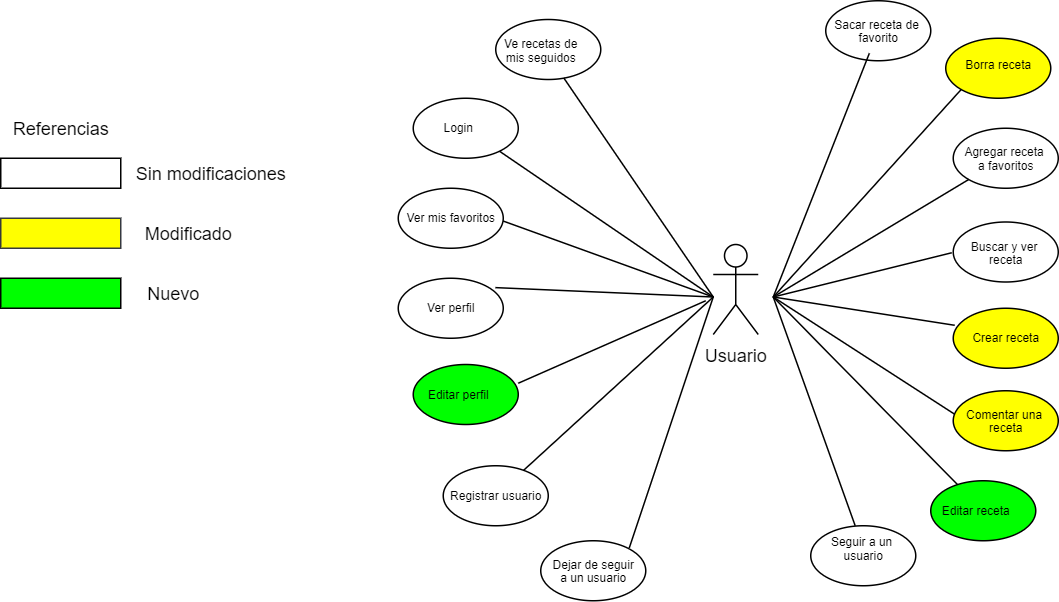
Above: entregas/entrega 4/DiagramaCasosDeUsoEntrega4.png in DaniVillegas14/cookit-doc (draw.io), before the change. Source tidied: cells renumbered, new cells last; positions are measured from the earlier drawing's top-left corner, leaving out a move shared by most shapes.
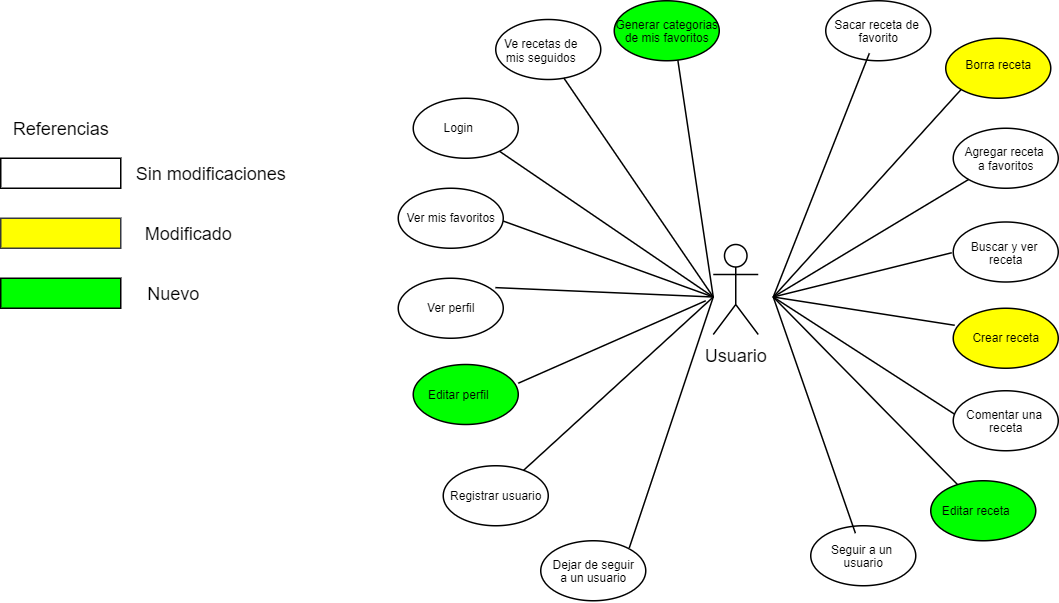
Above is the later version.

Change to the diagram source:
```diff
@@ -49,7 +49,7 @@
         <mxPoint x="515" y="197.5" as="sourcePoint" />
       </mxGeometry>
     </mxCell>
-    <mxCell id="16" style="ellipse;whiteSpace=wrap;html=1;fillColor=#FFFF00;" parent="1" vertex="1">
+    <mxCell id="16" style="ellipse;whiteSpace=wrap;html=1;fillColor=#FFFFFF;" parent="1" vertex="1">
       <mxGeometry x="635" y="260" width="70" height="40" as="geometry" />
     </mxCell>
     <mxCell id="17" value="&lt;font color=&quot;#000000&quot; style=&quot;font-size: 8px&quot;&gt;Comentar una &lt;br&gt;receta&lt;/font&gt;" style="text;html=1;align=center;verticalAlign=middle;points=[];fontSize=8;" parent="1" vertex="1">
@@ -136,7 +136,7 @@
       <mxGeometry x="540" y="350" width="70" height="40" as="geometry" />
     </mxCell>
     <mxCell id="40" value="&lt;font color=&quot;#000000&quot; style=&quot;font-size: 8px&quot;&gt;Seguir a un &lt;br&gt;usuario&lt;/font&gt;" style="text;html=1;align=center;verticalAlign=middle;points=[];fontSize=8;" parent="1" vertex="1">
-      <mxGeometry x="545" y="350" width="60" height="30" as="geometry" />
+      <mxGeometry x="545" y="355" width="60" height="30" as="geometry" />
     </mxCell>
     <mxCell id="41" style="ellipse;whiteSpace=wrap;html=1;fillColor=#FFFFFF;" parent="1" vertex="1">
       <mxGeometry x="360" y="360" width="70" height="40" as="geometry" />
@@ -193,5 +193,16 @@
         <mxPoint x="470" y="200" as="targetPoint" />
       </mxGeometry>
     </mxCell>
+    <mxCell id="55" style="ellipse;whiteSpace=wrap;html=1;fillColor=#00FF00;" parent="1" vertex="1">
+      <mxGeometry x="409" width="70" height="40" as="geometry" />
+    </mxCell>
+    <mxCell id="56" value="&lt;font color=&quot;#000000&quot; style=&quot;font-size: 8px&quot;&gt;Generar categorias&lt;br&gt;de mis favoritos&lt;br&gt;&lt;/font&gt;" style="text;html=1;align=center;verticalAlign=middle;fontSize=8;" parent="1" vertex="1">
+      <mxGeometry x="404" y="5" width="80" height="30" as="geometry" />
+    </mxCell>
+    <mxCell id="57" style="endArrow=none;html=1;entryX=0.606;entryY=0.995;entryDx=0;entryDy=0;entryPerimeter=0;" parent="1" edge="1" target="55">
+      <mxGeometry relative="1" as="geometry">
+        <mxPoint x="475" y="197.5" as="sourcePoint" />
+      </mxGeometry>
+    </mxCell>
   </root>
 </mxGraphModel>
```
